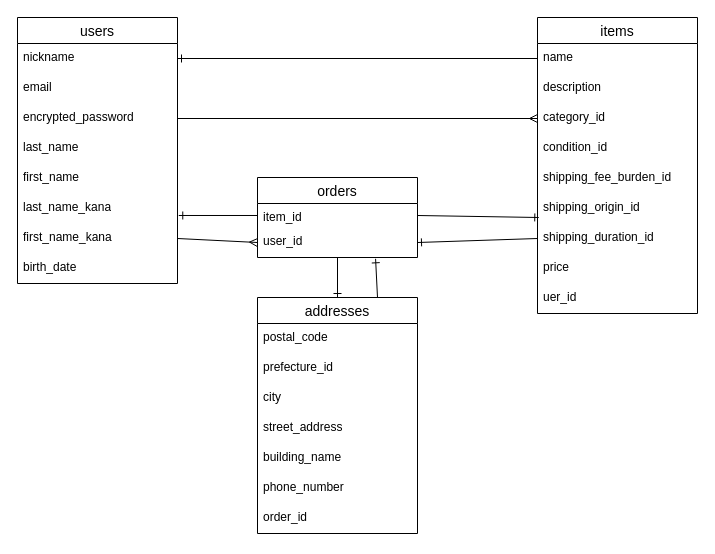
This is furima-42436.dio from koki0809/furima-42436, a draw.io file, before an edit. Source tidied: cells renumbered, new cells numbered last; positions are measured from the earlier drawing's top-left corner, leaving out a move shared by most shapes. Both pictures are drawn from the tidied source at 100%, with x=0, y=0 at pixel (17, 17).
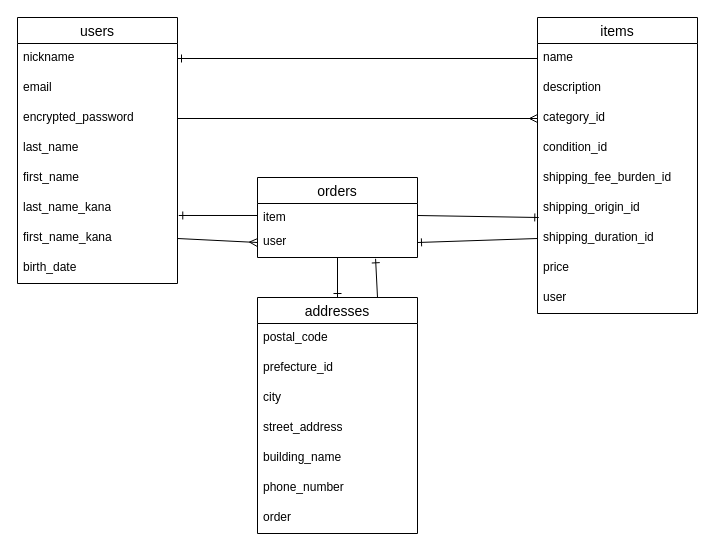
The same diagram, later.

Commit message (it also covers changes not shown here):
-m コード修正

Unchanged cells that the change refers to:
```xml
<mxCell id="11" value="items" style="swimlane;fontStyle=0;horizontal=1;startSize=26;align=center;fontSize=14;" parent="1" vertex="1">
  <mxGeometry x="520" width="160" height="296" as="geometry" />
</mxCell>
<mxCell id="23" value="addresses" style="swimlane;fontStyle=0;horizontal=1;startSize=26;align=center;fontSize=14;" parent="1" vertex="1">
  <mxGeometry x="240" y="280" width="160" height="236" as="geometry" />
</mxCell>
<mxCell id="32" value="orders" style="swimlane;fontStyle=0;horizontal=1;startSize=26;align=center;fontSize=14;" parent="1" vertex="1">
  <mxGeometry x="240" y="160" width="160" height="80" as="geometry" />
</mxCell>
```

The edit, as a diff of the source:
```diff
@@
-    <mxCell id="20" value="uer_id" style="text;strokeColor=none;fillColor=none;spacingLeft=4;spacingRight=4;overflow=hidden;fontSize=12;whiteSpace=wrap;html=1;" parent="11" vertex="1">
+    <mxCell id="20" value="user" style="text;strokeColor=none;fillColor=none;spacingLeft=4;spacingRight=4;overflow=hidden;fontSize=12;whiteSpace=wrap;html=1;" parent="11" vertex="1">
       <mxGeometry y="266" width="160" height="30" as="geometry" />
     </mxCell>
@@
-    <mxCell id="30" value="order_id" style="text;strokeColor=none;fillColor=none;spacingLeft=4;spacingRight=4;overflow=hidden;fontSize=12;whiteSpace=wrap;html=1;" parent="23" vertex="1">
+    <mxCell id="30" value="order" style="text;strokeColor=none;fillColor=none;spacingLeft=4;spacingRight=4;overflow=hidden;fontSize=12;whiteSpace=wrap;html=1;" parent="23" vertex="1">
       <mxGeometry y="206" width="160" height="30" as="geometry" />
     </mxCell>
@@
-    <mxCell id="33" value="item_id" style="text;strokeColor=none;fillColor=none;spacingLeft=4;spacingRight=4;overflow=hidden;points=[[0,0.5],[1,0.5]];portConstraint=eastwest;fontSize=12;whiteSpace=wrap;html=1;" parent="32" vertex="1">
+    <mxCell id="33" value="item" style="text;strokeColor=none;fillColor=none;spacingLeft=4;spacingRight=4;overflow=hidden;points=[[0,0.5],[1,0.5]];portConstraint=eastwest;fontSize=12;whiteSpace=wrap;html=1;" parent="32" vertex="1">
       <mxGeometry y="26" width="160" height="24" as="geometry" />
     </mxCell>
-    <mxCell id="34" value="user_id" style="text;strokeColor=none;fillColor=none;spacingLeft=4;spacingRight=4;overflow=hidden;points=[[0,0.5],[1,0.5]];portConstraint=eastwest;fontSize=12;whiteSpace=wrap;html=1;" parent="32" vertex="1">
+    <mxCell id="34" value="user" style="text;strokeColor=none;fillColor=none;spacingLeft=4;spacingRight=4;overflow=hidden;points=[[0,0.5],[1,0.5]];portConstraint=eastwest;fontSize=12;whiteSpace=wrap;html=1;" parent="32" vertex="1">
       <mxGeometry y="50" width="160" height="30" as="geometry" />
     </mxCell>
```
